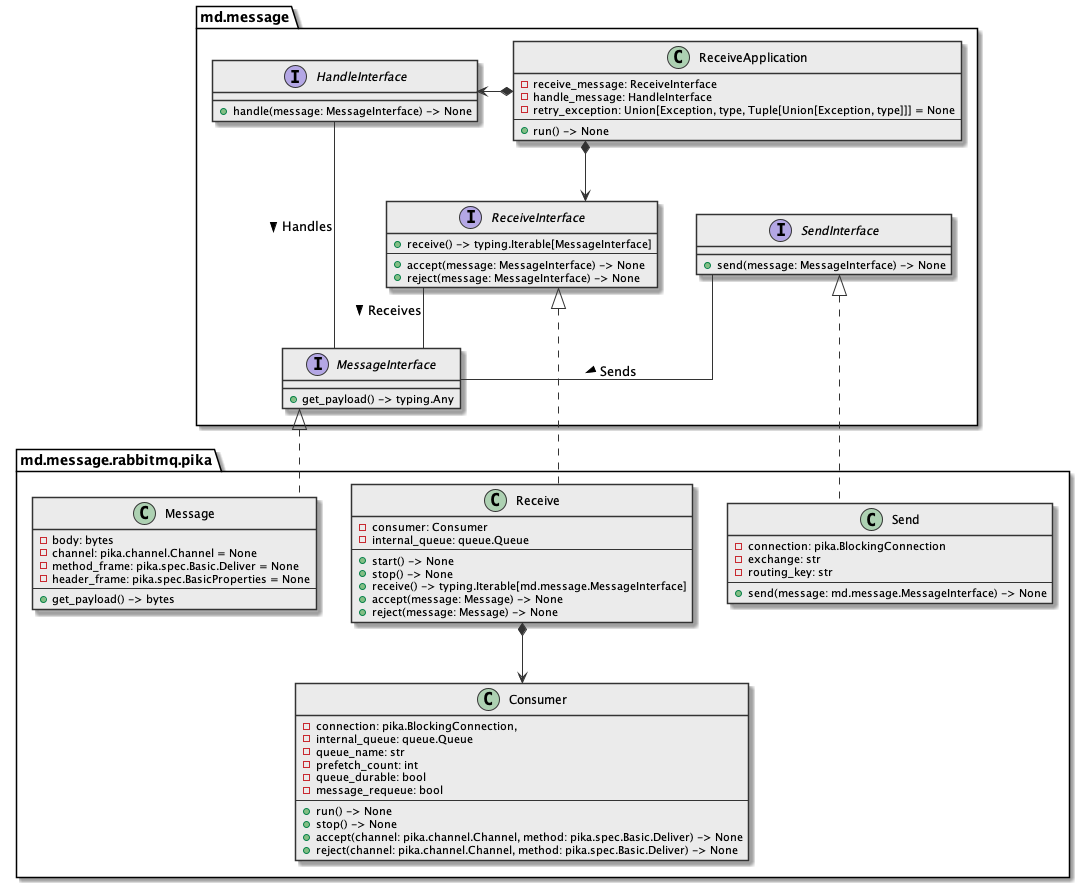
Above: docs/_static/architecture.class-diagram.png in md-py/md.message.rabbitmq.pika (PlantUML), before the change.
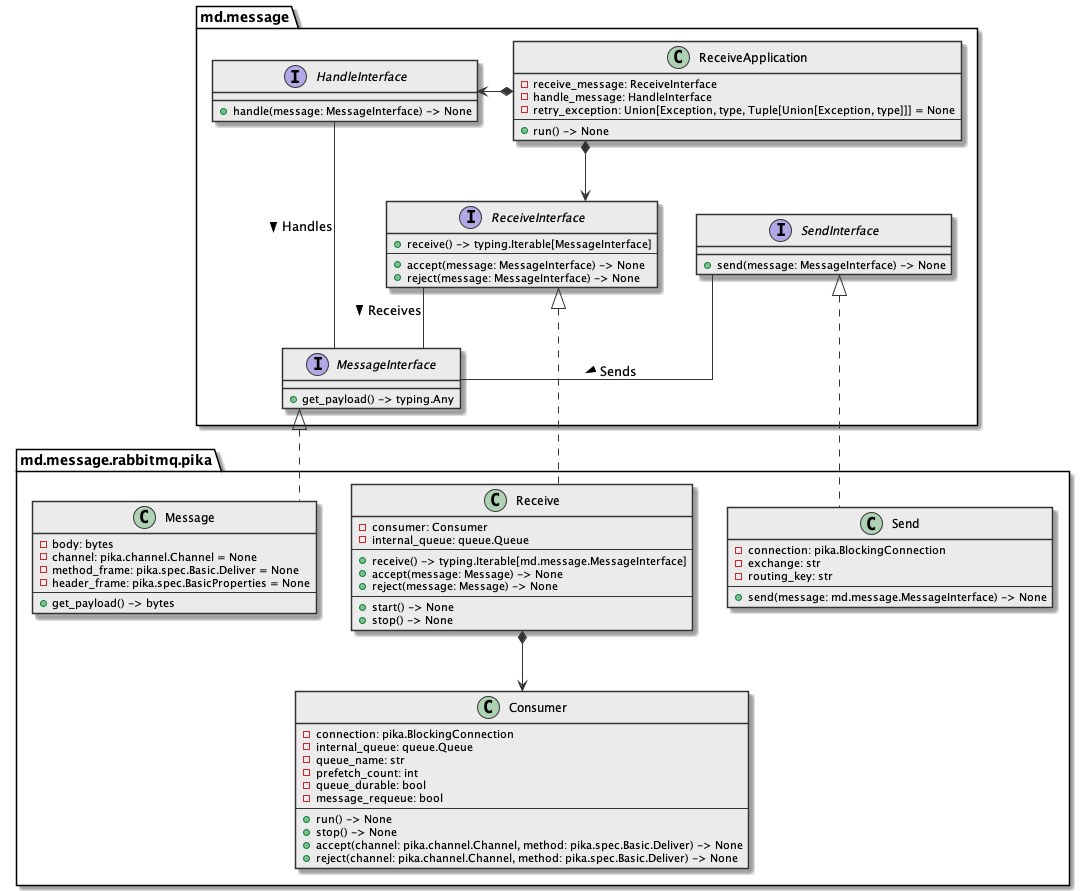
After the commit.

What changed in the source:
```diff
@@ -65,7 +65,7 @@
   }
 
   class Consumer {
-    - connection: pika.BlockingConnection,
+    - connection: pika.BlockingConnection
     - internal_queue: queue.Queue
     - queue_name: str
     - prefetch_count: int
@@ -82,11 +82,12 @@
       - consumer: Consumer
       - internal_queue: queue.Queue
       ---
-      + start() -> None
-      + stop() -> None
       + receive() -> typing.Iterable[md.message.MessageInterface]
       + accept(message: Message) -> None
       + reject(message: Message) -> None
+      ---
+      + start() -> None
+      + stop() -> None
   }
 
   Receive *--> Consumer
```
